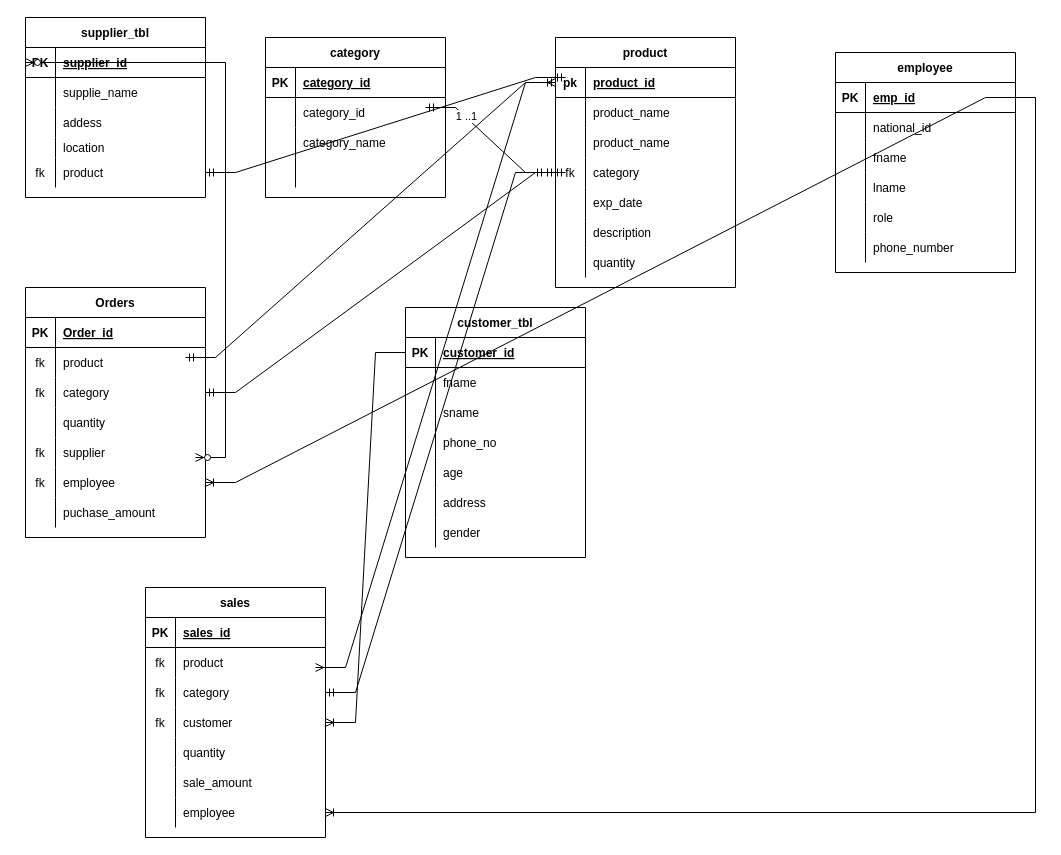
flavian-anselmo/Aqua-Monitoring-System keeps this draw.io diagram as ARVAS_db.drawio. Above is the earlier version. Source tidied: cells renumbered, new cells numbered last; positions are measured from the earlier drawing's top-left corner, leaving out a move shared by most shapes. Both pictures are drawn from the tidied source at 100%, with x=0, y=0 at pixel (25, 17).
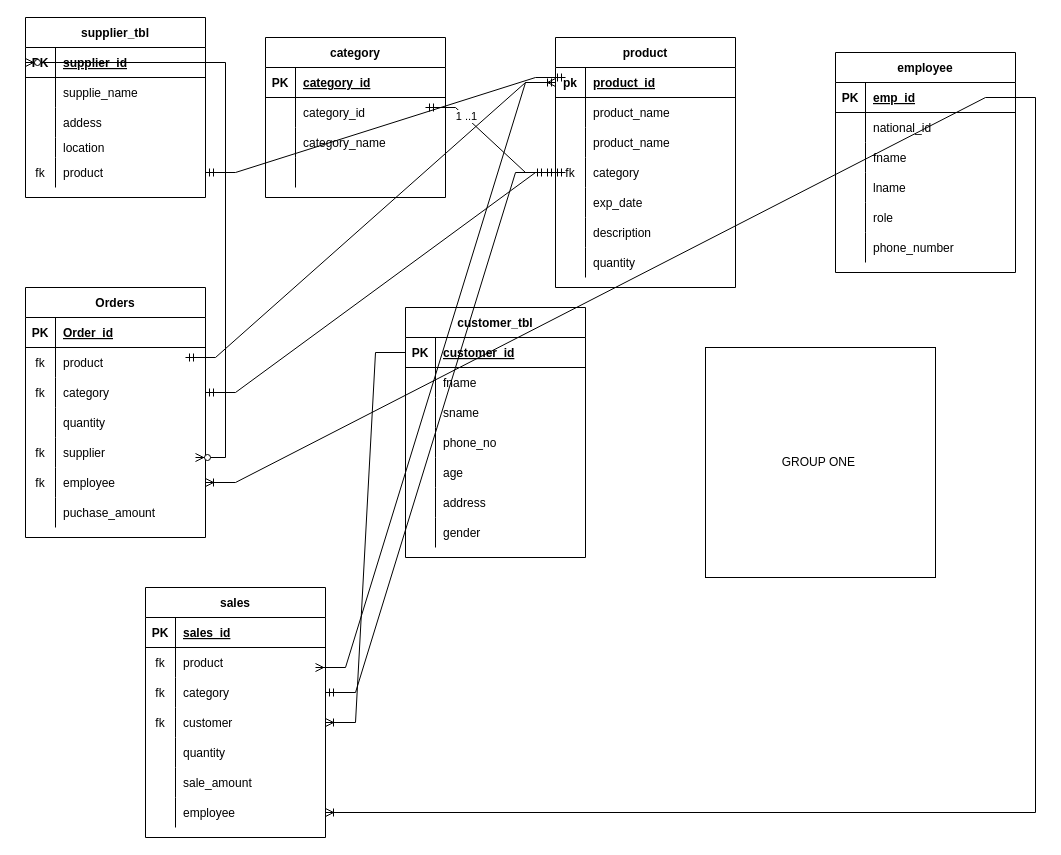
The same diagram, later.

What changed in the source:
```diff
@@
+    <mxCell id="149" value="GROUP ONE&amp;nbsp;" style="whiteSpace=wrap;html=1;" parent="1" vertex="1">
+      <mxGeometry x="680" y="330" width="230" height="230" as="geometry" />
+    </mxCell>
```
